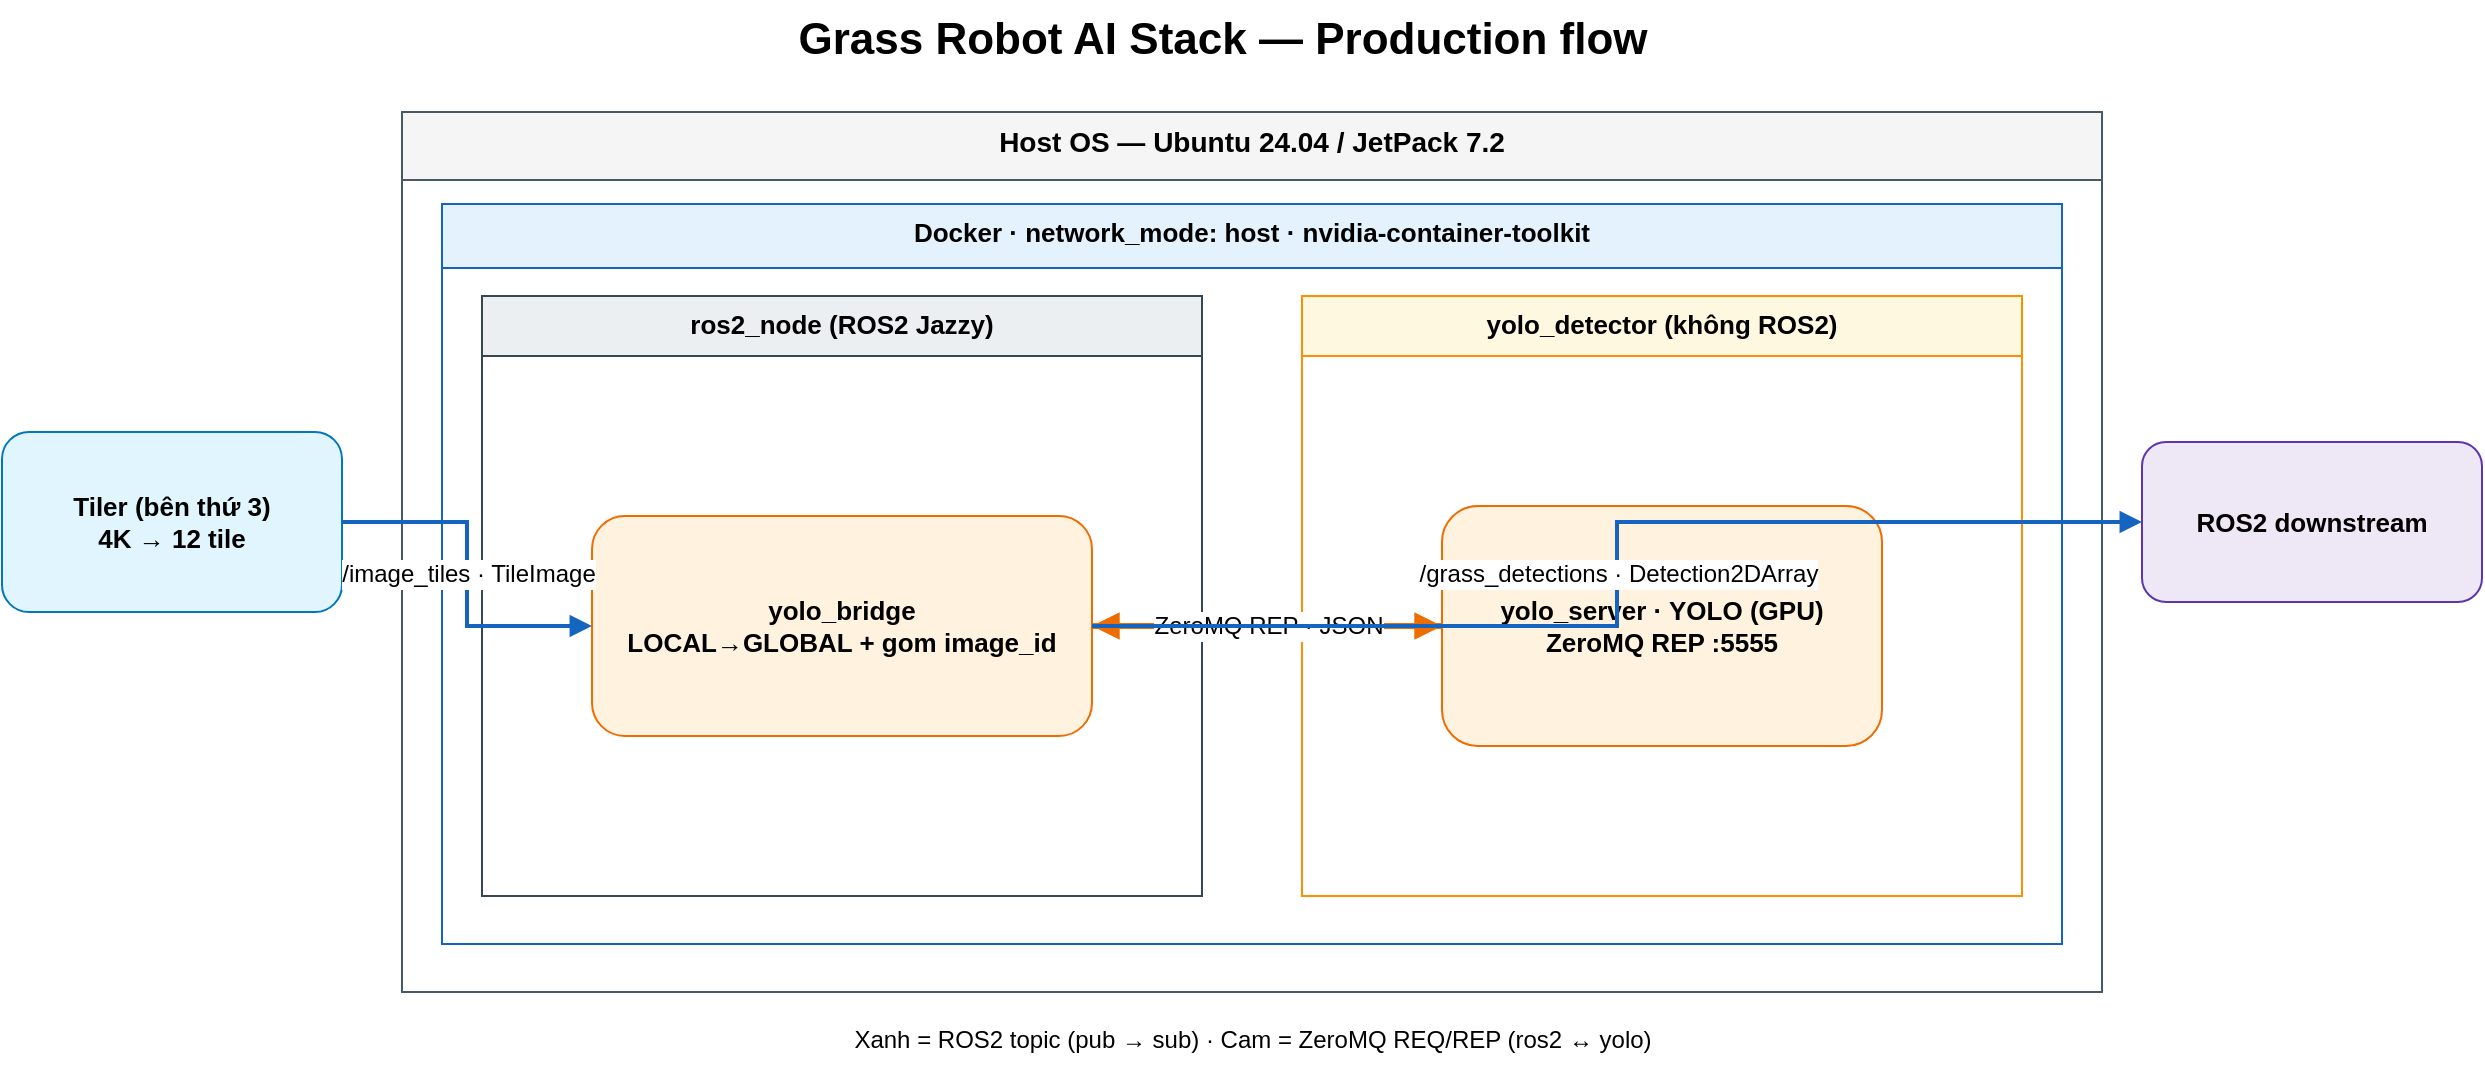
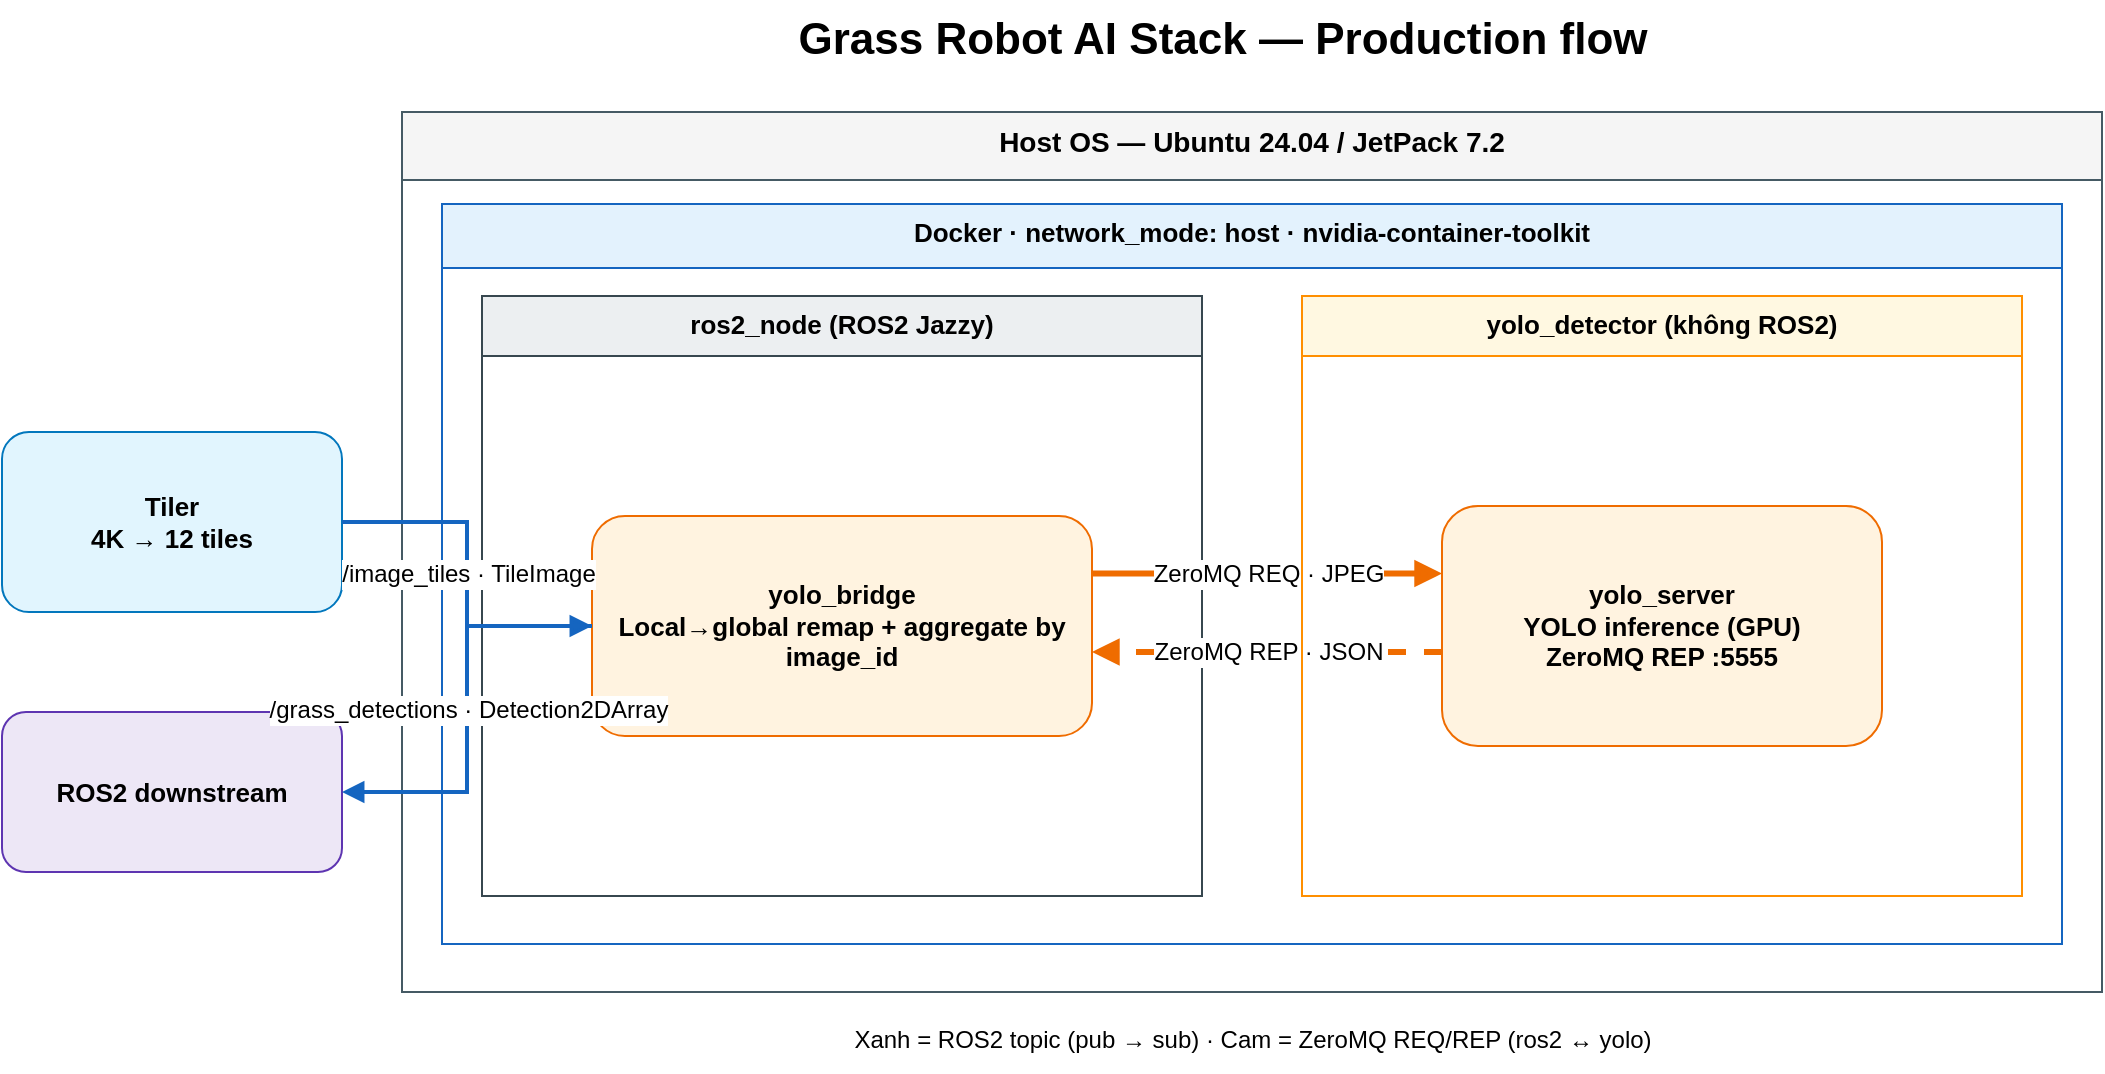
- <mxfile host="app.diagrams.net">
-   <diagram id="grass-robot-production" name="Production Flow">
-     <mxGraphModel dx="900" dy="600" grid="1" gridSize="10" guides="1" tooltips="1" connect="1" arrows="1" fold="1" page="1" pageScale="1" pageWidth="1300" pageHeight="580" math="0" shadow="0">
-       <root>
-         <mxCell id="0"/>
-         <mxCell id="1" parent="0"/>
- 
-         <mxCell id="title" value="Grass Robot AI Stack — Production flow" style="text;html=1;strokeColor=none;fillColor=none;fontSize=22;fontStyle=1;align=center;" parent="1" vertex="1">
-           <mxGeometry x="360" y="14" width="560" height="34" as="geometry"/>
-         </mxCell>
- 
-         <mxCell id="tiler" value="Tiler (bên thứ 3)&#xa;4K → 12 tile" style="rounded=1;whiteSpace=wrap;html=1;fillColor=#e1f5fe;strokeColor=#0277bd;fontSize=13;fontStyle=1;" parent="1" vertex="1">
-           <mxGeometry x="30" y="230" width="170" height="90" as="geometry"/>
-         </mxCell>
-         <mxCell id="downstream" value="ROS2 downstream" style="rounded=1;whiteSpace=wrap;html=1;fillColor=#ede7f6;strokeColor=#5e35b1;fontSize=13;fontStyle=1;" parent="1" vertex="1">
-           <mxGeometry x="1100" y="235" width="170" height="80" as="geometry"/>
-         </mxCell>
- 
-         <mxCell id="host" value="Host OS — Ubuntu 24.04 / JetPack 7.2" style="swimlane;html=1;whiteSpace=wrap;startSize=34;fillColor=#f5f5f5;strokeColor=#455a64;fontSize=14;fontStyle=1;verticalAlign=top;" parent="1" vertex="1">
-           <mxGeometry x="230" y="70" width="850" height="440" as="geometry"/>
-         </mxCell>
-         <mxCell id="docker" value="Docker · network_mode: host · nvidia-container-toolkit" style="swimlane;html=1;whiteSpace=wrap;startSize=32;fillColor=#e3f2fd;strokeColor=#1565c0;fontSize=13;fontStyle=1;verticalAlign=top;" parent="host" vertex="1">
-           <mxGeometry x="20" y="46" width="810" height="370" as="geometry"/>
-         </mxCell>
- 
-         <mxCell id="ros2c" value="ros2_node (ROS2 Jazzy)" style="swimlane;html=1;whiteSpace=wrap;startSize=30;fillColor=#eceff1;strokeColor=#37474f;fontSize=13;fontStyle=1;verticalAlign=top;" parent="docker" vertex="1">
-           <mxGeometry x="20" y="46" width="360" height="300" as="geometry"/>
-         </mxCell>
-         <mxCell id="bridge" value="yolo_bridge&#xa;LOCAL→GLOBAL + gom image_id" style="rounded=1;whiteSpace=wrap;html=1;fillColor=#fff3e0;strokeColor=#ef6c00;fontSize=13;fontStyle=1;" parent="ros2c" vertex="1">
-           <mxGeometry x="55" y="110" width="250" height="110" as="geometry"/>
-         </mxCell>
- 
-         <mxCell id="yoloc" value="yolo_detector (không ROS2)" style="swimlane;html=1;whiteSpace=wrap;startSize=30;fillColor=#fff8e1;strokeColor=#ff8f00;fontSize=13;fontStyle=1;verticalAlign=top;" parent="docker" vertex="1">
-           <mxGeometry x="430" y="46" width="360" height="300" as="geometry"/>
-         </mxCell>
-         <mxCell id="server" value="yolo_server · YOLO (GPU)&#xa;ZeroMQ REP :5555" style="rounded=1;whiteSpace=wrap;html=1;fillColor=#fff3e0;strokeColor=#ef6c00;fontSize=13;fontStyle=1;" parent="yoloc" vertex="1">
-           <mxGeometry x="70" y="105" width="220" height="120" as="geometry"/>
-         </mxCell>
- 
-         <mxCell id="e_tiler_bridge" value="/image_tiles · TileImage" style="edgeStyle=orthogonalEdgeStyle;rounded=0;html=1;endArrow=block;endFill=1;fontSize=12;strokeColor=#1565c0;strokeWidth=2;" parent="1" source="tiler" target="bridge" edge="1"><mxGeometry relative="1" as="geometry"/></mxCell>
-         <mxCell id="e_bridge_server" value="ZeroMQ REQ · JPEG" style="edgeStyle=orthogonalEdgeStyle;rounded=0;html=1;endArrow=block;endFill=1;fontSize=12;strokeColor=#ef6c00;strokeWidth=3;" parent="1" source="bridge" target="server" edge="1"><mxGeometry relative="1" as="geometry"/></mxCell>
-         <mxCell id="e_server_bridge" value="ZeroMQ REP · JSON" style="edgeStyle=orthogonalEdgeStyle;rounded=0;html=1;endArrow=block;endFill=1;fontSize=12;strokeColor=#ef6c00;strokeWidth=3;dashed=1;" parent="1" source="server" target="bridge" edge="1"><mxGeometry relative="1" as="geometry"/></mxCell>
-         <mxCell id="e_bridge_down" value="/grass_detections · Detection2DArray" style="edgeStyle=orthogonalEdgeStyle;rounded=0;html=1;endArrow=block;endFill=1;fontSize=12;strokeColor=#1565c0;strokeWidth=2;" parent="1" source="bridge" target="downstream" edge="1"><mxGeometry relative="1" as="geometry"/></mxCell>
- 
-         <mxCell id="legend" value="Xanh = ROS2 topic (pub → sub)   ·   Cam = ZeroMQ REQ/REP (ros2 ↔ yolo)" style="text;html=1;strokeColor=none;fillColor=none;fontSize=12;align=center;" parent="1" vertex="1">
-           <mxGeometry x="230" y="520" width="850" height="30" as="geometry"/>
-         </mxCell>
-       </root>
-     </mxGraphModel>
-   </diagram>
- </mxfile>
+ <mxfile host="65bd71144e">
+     <diagram id="grass-robot-production" name="Production Flow">
+         <mxGraphModel dx="1080" dy="902" grid="1" gridSize="10" guides="1" tooltips="1" connect="1" arrows="1" fold="1" page="1" pageScale="1" pageWidth="1300" pageHeight="580" math="0" shadow="0">
+             <root>
+                 <mxCell id="0"/>
+                 <mxCell id="1" parent="0"/>
+                 <mxCell id="title" value="Grass Robot AI Stack — Production flow" style="text;html=1;strokeColor=none;fillColor=none;fontSize=22;fontStyle=1;align=center;" parent="1" vertex="1">
+                     <mxGeometry x="360" y="14" width="560" height="34" as="geometry"/>
+                 </mxCell>
+                 <mxCell id="tiler" value="Tiler&#xa;4K → 12 tiles" style="rounded=1;whiteSpace=wrap;html=1;fillColor=#e1f5fe;strokeColor=#0277bd;fontSize=13;fontStyle=1;" parent="1" vertex="1">
+                     <mxGeometry x="30" y="230" width="170" height="90" as="geometry"/>
+                 </mxCell>
+                 <mxCell id="downstream" value="ROS2 downstream" style="rounded=1;whiteSpace=wrap;html=1;fillColor=#ede7f6;strokeColor=#5e35b1;fontSize=13;fontStyle=1;" parent="1" vertex="1">
+                     <mxGeometry x="30" y="370" width="170" height="80" as="geometry"/>
+                 </mxCell>
+                 <mxCell id="host" value="Host OS — Ubuntu 24.04 / JetPack 7.2" style="swimlane;html=1;whiteSpace=wrap;startSize=34;fillColor=#f5f5f5;strokeColor=#455a64;fontSize=14;fontStyle=1;verticalAlign=top;" parent="1" vertex="1">
+                     <mxGeometry x="230" y="70" width="850" height="440" as="geometry"/>
+                 </mxCell>
+                 <mxCell id="docker" value="Docker · network_mode: host · nvidia-container-toolkit" style="swimlane;html=1;whiteSpace=wrap;startSize=32;fillColor=#e3f2fd;strokeColor=#1565c0;fontSize=13;fontStyle=1;verticalAlign=top;" parent="host" vertex="1">
+                     <mxGeometry x="20" y="46" width="810" height="370" as="geometry"/>
+                 </mxCell>
+                 <mxCell id="ros2c" value="ros2_node (ROS2 Jazzy)" style="swimlane;html=1;whiteSpace=wrap;startSize=30;fillColor=#eceff1;strokeColor=#37474f;fontSize=13;fontStyle=1;verticalAlign=top;" parent="docker" vertex="1">
+                     <mxGeometry x="20" y="46" width="360" height="300" as="geometry"/>
+                 </mxCell>
+                 <mxCell id="bridge" value="yolo_bridge&#xa;Local→global remap + aggregate by image_id" style="rounded=1;whiteSpace=wrap;html=1;fillColor=#fff3e0;strokeColor=#ef6c00;fontSize=13;fontStyle=1;" parent="ros2c" vertex="1">
+                     <mxGeometry x="55" y="110" width="250" height="110" as="geometry"/>
+                 </mxCell>
+                 <mxCell id="e_bridge_server" value="ZeroMQ REQ · JPEG" style="edgeStyle=orthogonalEdgeStyle;rounded=0;html=1;endArrow=block;endFill=1;fontSize=12;strokeColor=#ef6c00;strokeWidth=3;" parent="ros2c" edge="1">
+                     <mxGeometry relative="1" as="geometry">
+                         <mxPoint x="305" y="138.76" as="sourcePoint"/>
+                         <mxPoint x="480" y="138.76" as="targetPoint"/>
+                     </mxGeometry>
+                 </mxCell>
+                 <mxCell id="e_server_bridge" value="ZeroMQ REP · JSON" style="edgeStyle=orthogonalEdgeStyle;rounded=0;html=1;endArrow=block;endFill=1;fontSize=12;strokeColor=#ef6c00;strokeWidth=3;dashed=1;" parent="ros2c" edge="1">
+                     <mxGeometry relative="1" as="geometry">
+                         <mxPoint x="480" y="178" as="sourcePoint"/>
+                         <mxPoint x="305" y="178" as="targetPoint"/>
+                     </mxGeometry>
+                 </mxCell>
+                 <mxCell id="yoloc" value="yolo_detector (không ROS2)" style="swimlane;html=1;whiteSpace=wrap;startSize=30;fillColor=#fff8e1;strokeColor=#ff8f00;fontSize=13;fontStyle=1;verticalAlign=top;" parent="docker" vertex="1">
+                     <mxGeometry x="430" y="46" width="360" height="300" as="geometry"/>
+                 </mxCell>
+                 <mxCell id="server" value="yolo_server&#xa;YOLO inference (GPU)&#xa;ZeroMQ REP :5555" style="rounded=1;whiteSpace=wrap;html=1;fillColor=#fff3e0;strokeColor=#ef6c00;fontSize=13;fontStyle=1;" parent="yoloc" vertex="1">
+                     <mxGeometry x="70" y="105" width="220" height="120" as="geometry"/>
+                 </mxCell>
+                 <mxCell id="e_tiler_bridge" value="/image_tiles · TileImage" style="edgeStyle=orthogonalEdgeStyle;rounded=0;html=1;endArrow=block;endFill=1;fontSize=12;strokeColor=#1565c0;strokeWidth=2;" parent="1" source="tiler" target="bridge" edge="1">
+                     <mxGeometry relative="1" as="geometry"/>
+                 </mxCell>
+                 <mxCell id="e_bridge_down" value="/grass_detections · Detection2DArray" style="edgeStyle=orthogonalEdgeStyle;rounded=0;html=1;endArrow=block;endFill=1;fontSize=12;strokeColor=#1565c0;strokeWidth=2;" parent="1" source="bridge" target="downstream" edge="1">
+                     <mxGeometry relative="1" as="geometry"/>
+                 </mxCell>
+                 <mxCell id="legend" value="Xanh = ROS2 topic (pub → sub)   ·   Cam = ZeroMQ REQ/REP (ros2 ↔ yolo)" style="text;html=1;strokeColor=none;fillColor=none;fontSize=12;align=center;" parent="1" vertex="1">
+                     <mxGeometry x="230" y="520" width="850" height="30" as="geometry"/>
+                 </mxCell>
+             </root>
+         </mxGraphModel>
+     </diagram>
+ </mxfile>